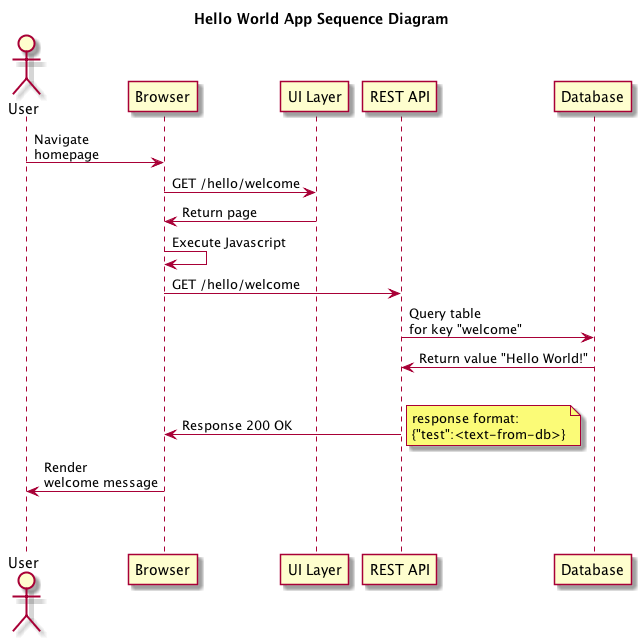
The PlantUML diagram examples/hello-world/diagrams/sequence-diagram.png in AlfrescoArchive/alfresco-anaxes-shipyard, before a commit. Its source is kept beside it as examples/hello-world/diagrams/sequence-diagram.puml.
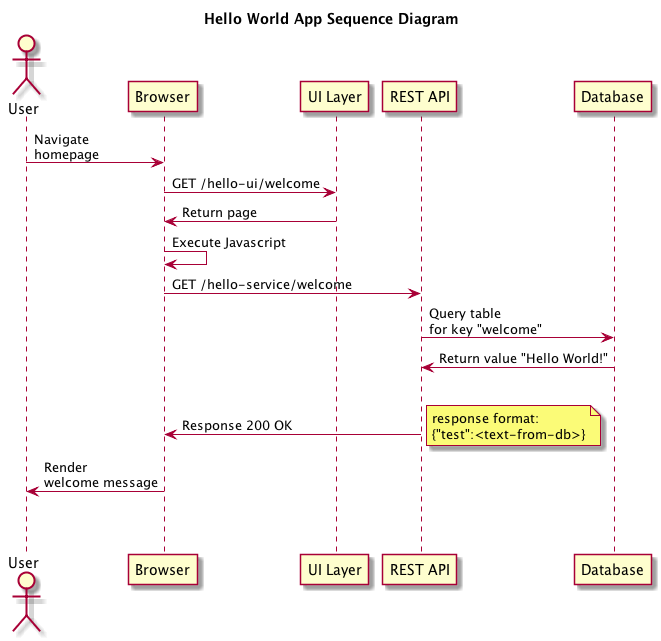
The same file after the commit.

The edit, as a diff of the source:
```diff
@@ -9,10 +9,10 @@
 participant "Database" as DB
 
 U -> B: Navigate\nhomepage
-B -> UI: GET /hello/welcome
+B -> UI: GET /hello-ui/welcome
 UI -> B: Return page
 B -> B: Execute Javascript
-B -> RA: GET /hello/welcome
+B -> RA: GET /hello-service/welcome
 RA -> DB:Query table\nfor key "welcome"
 DB -> RA:Return value "Hello World!"
 |||
```
